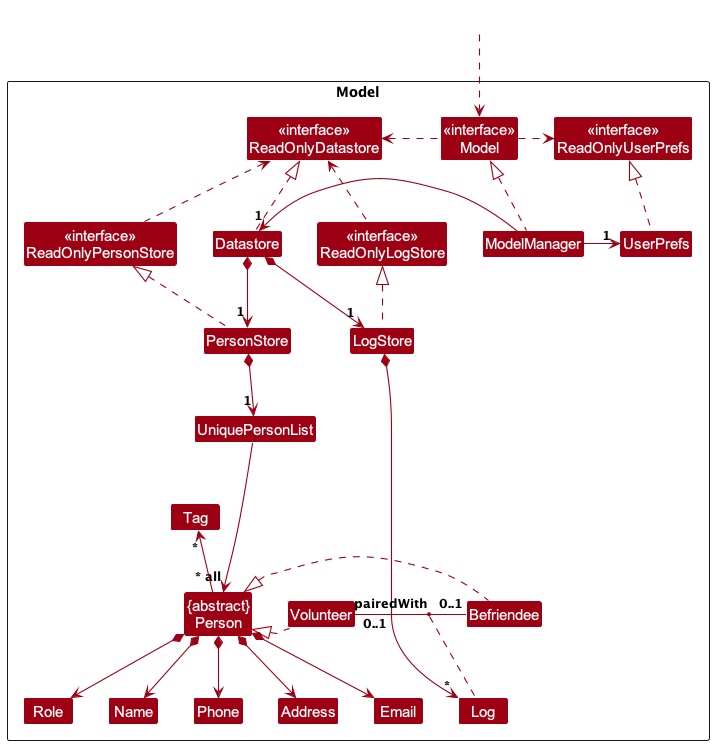
The PlantUML diagram docs/images/ModelClassDiagram.png in soons1/tp, before a commit.
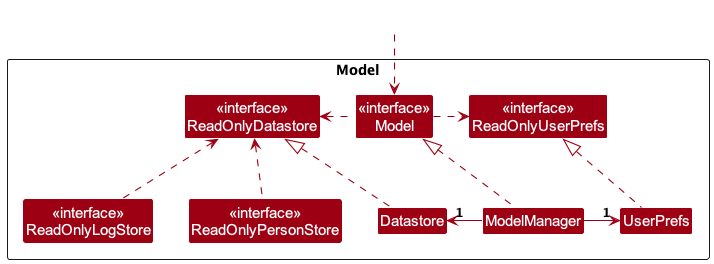
The same diagram one commit later.

Change to the diagram source:
```diff
@@ -14,23 +14,6 @@
 Class ModelManager
 Class UserPrefs
 
-Class PersonStore
-Class LogStore
-
-Class UniquePersonList
-Class "{abstract}\nPerson" as Person
-Class Address
-Class Email
-Class Name
-Class Phone
-Class Tag
-Class Role
-
-Class Log
-
-Class Volunteer
-Class Befriendee
-
 Class I #FFFFFF
 }
 
@@ -38,9 +21,6 @@
 HiddenOutside ..> Model
 
 Datastore .up.|> ReadOnlyDatastore
-PersonStore .up.|> ReadOnlyPersonStore
-LogStore .up.|> ReadOnlyLogStore
-
 ReadOnlyPersonStore .up.> ReadOnlyDatastore
 ReadOnlyLogStore .up.> ReadOnlyDatastore
 
@@ -51,41 +31,7 @@
 ModelManager -right-> "1" UserPrefs
 UserPrefs .up.|> ReadOnlyUserPrefs
 
-Datastore *-down-> "1" PersonStore
-Datastore *-down-> "1" LogStore
-
-LogStore *--> "*" Log
-
-PersonStore *--> "1" UniquePersonList
-UniquePersonList --> "~* all" Person
-Person *--> Name
-Person *--> Phone
-Person *--> Email
-Person *--> Address
-Person -up-> "*" Tag
-Person *--> Role
-
-Volunteer .up.|> Person
-Befriendee .up.|> Person
-
-
-Volunteer -[hidden]right--> Befriendee
-
-Person -[hidden]right--> Volunteer
-Person -[hidden]right--> Befriendee
-
 ReadOnlyPersonStore -[hidden]right--> Datastore
 ReadOnlyLogStore -[hidden]right--> ReadOnlyPersonStore
 
-Person -[hidden]up--> I
-UniquePersonList -[hidden]right-> I
-
-Name -[hidden]right-> Phone
-Phone -[hidden]right-> Address
-Address -[hidden]right-> Email
-
-Volunteer"0..1" - "0..1"Befriendee: pairedWith
-(Volunteer, Befriendee) .. Log
-Befriendee -[hidden]down Volunteer
-
 @enduml
```
